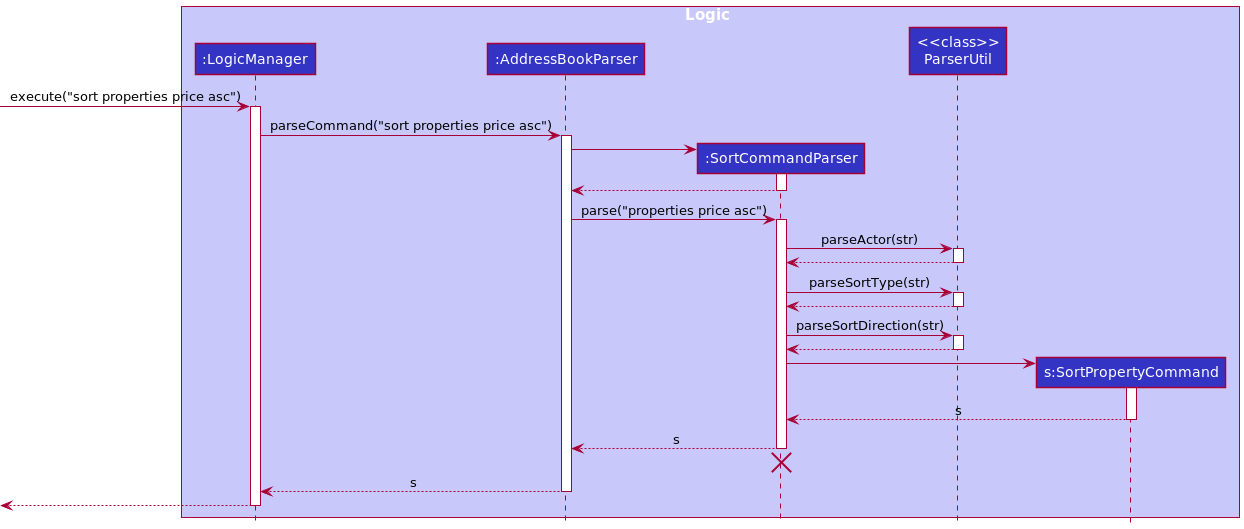
This is docs/images/SortParsingSequenceDiagram.png from waynetee/tp, a PlantUML export, as it was before one commit.
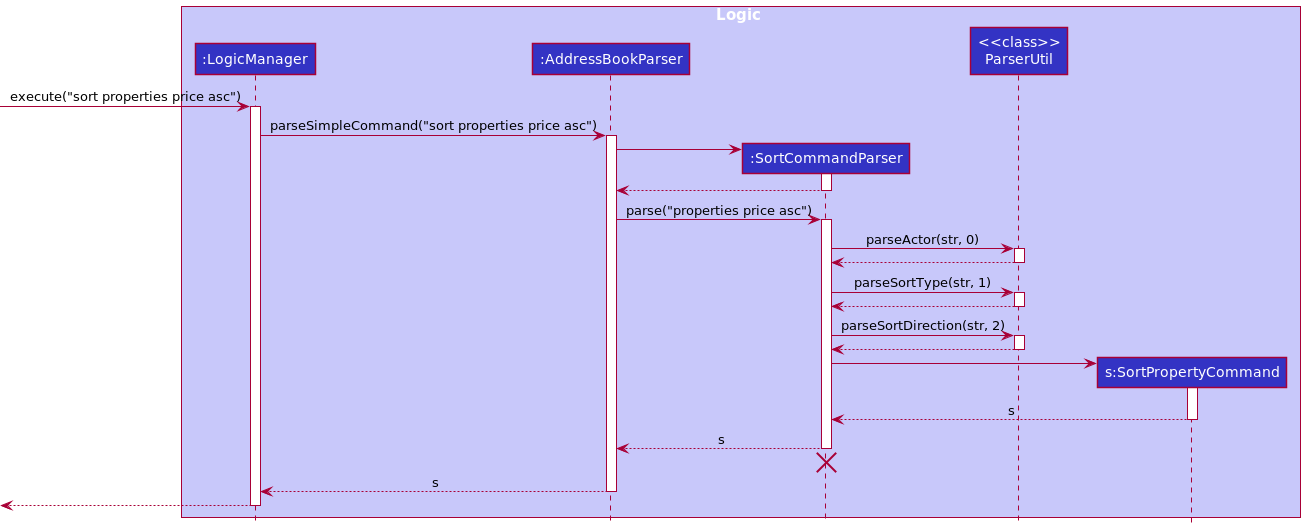
The same file after the commit.

Commit message:
Fix sort command in dg

The edit, as a diff of the source:
```diff
@@ -12,7 +12,7 @@
 [-> LogicManager : execute("sort properties price asc")
 activate LogicManager
 
-LogicManager -> AddressBookParser : parseCommand("sort properties price asc")
+LogicManager -> AddressBookParser : parseSimpleCommand("sort properties price asc")
 activate AddressBookParser
 
 create SortCommandParser
@@ -25,19 +25,19 @@
 AddressBookParser -> SortCommandParser : parse("properties price asc")
 activate SortCommandParser
 
-SortCommandParser -> ParserUtil : parseActor(str)
+SortCommandParser -> ParserUtil : parseActor(str, 0)
 activate ParserUtil
 
 ParserUtil --> SortCommandParser
 deactivate ParserUtil
 
-SortCommandParser -> ParserUtil : parseSortType(str)
+SortCommandParser -> ParserUtil : parseSortType(str, 1)
 activate ParserUtil
 
 ParserUtil --> SortCommandParser
 deactivate ParserUtil
 
-SortCommandParser -> ParserUtil : parseSortDirection(str)
+SortCommandParser -> ParserUtil : parseSortDirection(str, 2)
 activate ParserUtil
 
 ParserUtil --> SortCommandParser
```
